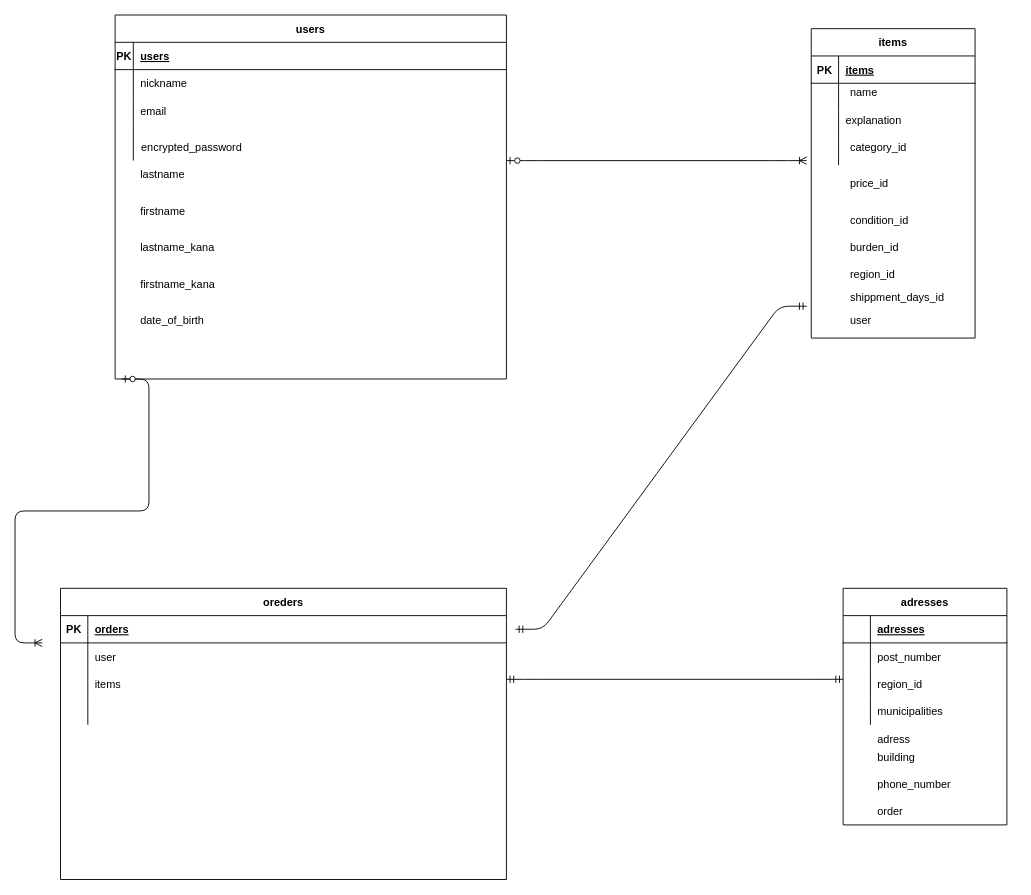
This is test.dio from mikimm/furima-38386, a draw.io file, before an edit. Source tidied: cells renumbered, new cells numbered last; positions are measured from the earlier drawing's top-left corner, leaving out a move shared by most shapes. Both pictures are drawn from the tidied source at 91%, with x=0, y=0 at pixel (42, 15).
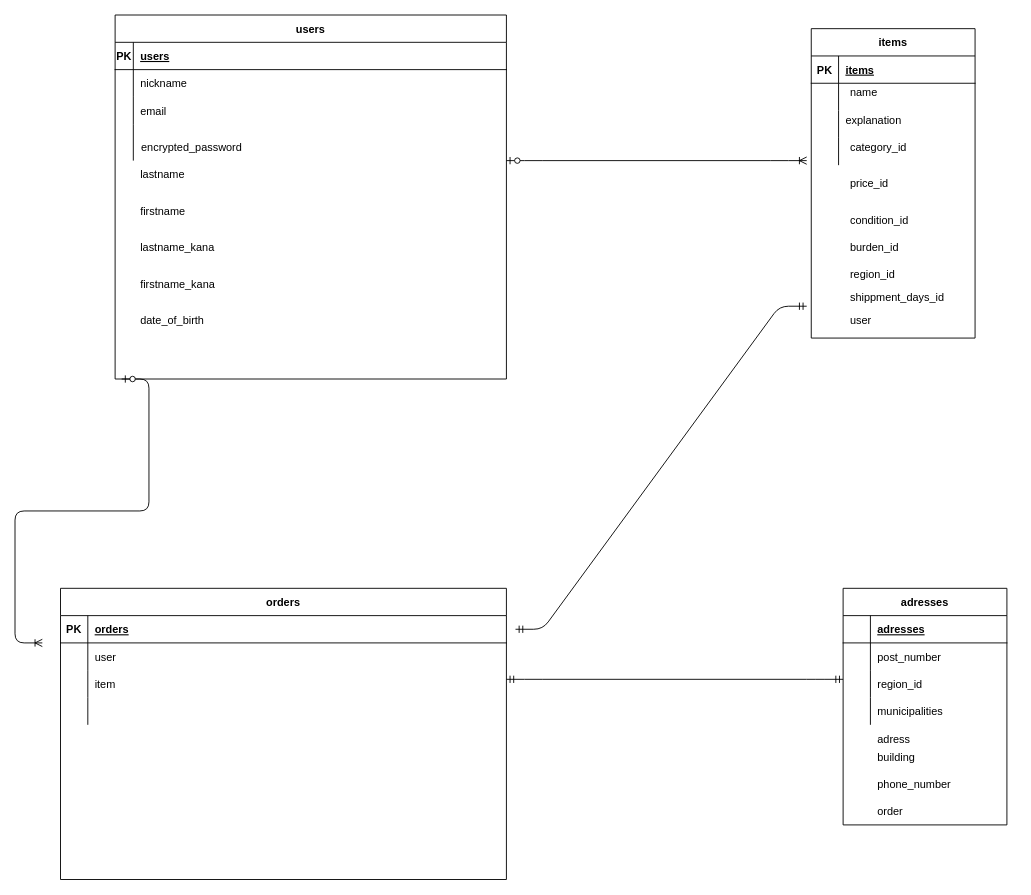
The same page after the edit.

The change refers to these unchanged cells:
```xml
<mxCell id="68" style="shape=partialRectangle;fillColor=none;top=0;left=0;bottom=0;right=0;" parent="61" vertex="1">
  <mxGeometry y="90" width="490" height="30" as="geometry" />
</mxCell>
```

What changed in the source:
```diff
@@
-    <mxCell id="61" value="oreders" style="shape=table;startSize=30;childLayout=tableLayout;rowLines=0;fontStyle=1;align=center;" parent="1" vertex="1">
+    <mxCell id="61" value="orders" style="shape=table;startSize=30;childLayout=tableLayout;rowLines=0;fontStyle=1;align=center;" parent="1" vertex="1">
       <mxGeometry x="20" y="630" width="490" height="320" as="geometry" />
     </mxCell>
@@
-    <mxCell id="70" value="items" style="shape=partialRectangle;fillColor=none;top=0;left=0;bottom=0;right=0;align=left;spacingLeft=6;overflow=hidden;" parent="68" vertex="1">
+    <mxCell id="70" value="item" style="shape=partialRectangle;fillColor=none;top=0;left=0;bottom=0;right=0;align=left;spacingLeft=6;overflow=hidden;" parent="68" vertex="1">
       <mxGeometry x="30" width="460" height="30" as="geometry" />
     </mxCell>
```
